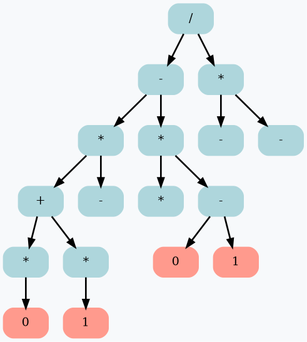
Above: Expression.png in RTCupid/Differentiator (Graphviz), before the change. Its source is kept beside it as Expression.dot.
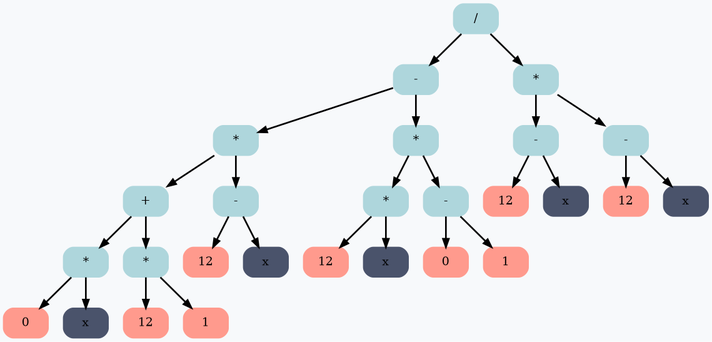
After the commit.

The edit, as a diff of the source:
```diff
@@ -1,37 +1,57 @@
 digraph G {
 	rankdir = HR;
 	bgcolor="#F7F9FB"
-	 node0x5030000004c0 [shape=Mrecord; style=filled; color="#aed6dc"; label =  "/ " ];
+	 node0x5030000006a0 [shape=Mrecord; style=filled; color="#aed6dc"; label =  "/ " ];
+	 node0x5030000006a0 -> node0x503000000670 [ style=bold; weight=1000; ];
+	 node0x5030000006a0 -> node0x5030000002e0 [ style=bold; weight=1000; ];
+	 node0x503000000670 [shape=Mrecord; style=filled; color="#aed6dc"; label =  "- " ];
+	 node0x503000000670 -> node0x503000000640 [ style=bold; weight=1000; ];
+	 node0x503000000670 -> node0x503000000430 [ style=bold; weight=1000; ];
+	 node0x503000000640 [shape=Mrecord; style=filled; color="#aed6dc"; label =  "* " ];
+	 node0x503000000640 -> node0x503000000610 [ style=bold; weight=1000; ];
+	 node0x503000000640 -> node0x5030000004c0 [ style=bold; weight=1000; ];
+	 node0x503000000610 [shape=Mrecord; style=filled; color="#aed6dc"; label =  "+ " ];
+	 node0x503000000610 -> node0x5030000005e0 [ style=bold; weight=1000; ];
+	 node0x503000000610 -> node0x503000000550 [ style=bold; weight=1000; ];
+	 node0x5030000005e0 [shape=Mrecord; style=filled; color="#aed6dc"; label =  "* " ];
+	 node0x5030000005e0 -> node0x5030000005b0 [ style=bold; weight=1000; ];
+	 node0x5030000005e0 -> node0x503000000580 [ style=bold; weight=1000; ];
+	 node0x5030000005b0 [shape=Mrecord; style=filled; color="#ff9a8d"; label =  "0 " ];
+	 node0x503000000580 [shape=Mrecord; style=filled; color="#4a536b"; label =  "x " ];
+	 node0x503000000550 [shape=Mrecord; style=filled; color="#aed6dc"; label =  "* " ];
+	 node0x503000000550 -> node0x503000000520 [ style=bold; weight=1000; ];
+	 node0x503000000550 -> node0x5030000004f0 [ style=bold; weight=1000; ];
+	 node0x503000000520 [shape=Mrecord; style=filled; color="#ff9a8d"; label =  "12 " ];
+	 node0x5030000004f0 [shape=Mrecord; style=filled; color="#ff9a8d"; label =  "1 " ];
+	 node0x5030000004c0 [shape=Mrecord; style=filled; color="#aed6dc"; label =  "- " ];
 	 node0x5030000004c0 -> node0x503000000490 [ style=bold; weight=1000; ];
-	 node0x5030000004c0 -> node0x503000000220 [ style=bold; weight=1000; ];
-	 node0x503000000490 [shape=Mrecord; style=filled; color="#aed6dc"; label =  "- " ];
-	 node0x503000000490 -> node0x503000000460 [ style=bold; weight=1000; ];
-	 node0x503000000490 -> node0x503000000310 [ style=bold; weight=1000; ];
-	 node0x503000000460 [shape=Mrecord; style=filled; color="#aed6dc"; label =  "* " ];
-	 node0x503000000460 -> node0x503000000430 [ style=bold; weight=1000; ];
-	 node0x503000000460 -> node0x503000000340 [ style=bold; weight=1000; ];
-	 node0x503000000430 [shape=Mrecord; style=filled; color="#aed6dc"; label =  "+ " ];
+	 node0x5030000004c0 -> node0x503000000460 [ style=bold; weight=1000; ];
+	 node0x503000000490 [shape=Mrecord; style=filled; color="#ff9a8d"; label =  "12 " ];
+	 node0x503000000460 [shape=Mrecord; style=filled; color="#4a536b"; label =  "x " ];
+	 node0x503000000430 [shape=Mrecord; style=filled; color="#aed6dc"; label =  "* " ];
 	 node0x503000000430 -> node0x503000000400 [ style=bold; weight=1000; ];
-	 node0x503000000430 -> node0x5030000003a0 [ style=bold; weight=1000; ];
+	 node0x503000000430 -> node0x503000000370 [ style=bold; weight=1000; ];
 	 node0x503000000400 [shape=Mrecord; style=filled; color="#aed6dc"; label =  "* " ];
 	 node0x503000000400 -> node0x5030000003d0 [ style=bold; weight=1000; ];
-	 node0x5030000003d0 [shape=Mrecord; style=filled; color="#ff9a8d"; label =  "0 " ];
-	 node0x5030000003a0 [shape=Mrecord; style=filled; color="#aed6dc"; label =  "* " ];
-	 node0x5030000003a0 -> node0x503000000370 [ style=bold; weight=1000; ];
-	 node0x503000000370 [shape=Mrecord; style=filled; color="#ff9a8d"; label =  "1 " ];
-	 node0x503000000340 [shape=Mrecord; style=filled; color="#aed6dc"; label =  "- " ];
-	 node0x503000000310 [shape=Mrecord; style=filled; color="#aed6dc"; label =  "* " ];
-	 node0x503000000310 -> node0x5030000002e0 [ style=bold; weight=1000; ];
-	 node0x503000000310 -> node0x5030000002b0 [ style=bold; weight=1000; ];
+	 node0x503000000400 -> node0x5030000003a0 [ style=bold; weight=1000; ];
+	 node0x5030000003d0 [shape=Mrecord; style=filled; color="#ff9a8d"; label =  "12 " ];
+	 node0x5030000003a0 [shape=Mrecord; style=filled; color="#4a536b"; label =  "x " ];
+	 node0x503000000370 [shape=Mrecord; style=filled; color="#aed6dc"; label =  "- " ];
+	 node0x503000000370 -> node0x503000000340 [ style=bold; weight=1000; ];
+	 node0x503000000370 -> node0x503000000310 [ style=bold; weight=1000; ];
+	 node0x503000000340 [shape=Mrecord; style=filled; color="#ff9a8d"; label =  "0 " ];
+	 node0x503000000310 [shape=Mrecord; style=filled; color="#ff9a8d"; label =  "1 " ];
 	 node0x5030000002e0 [shape=Mrecord; style=filled; color="#aed6dc"; label =  "* " ];
+	 node0x5030000002e0 -> node0x5030000002b0 [ style=bold; weight=1000; ];
+	 node0x5030000002e0 -> node0x503000000220 [ style=bold; weight=1000; ];
 	 node0x5030000002b0 [shape=Mrecord; style=filled; color="#aed6dc"; label =  "- " ];
 	 node0x5030000002b0 -> node0x503000000280 [ style=bold; weight=1000; ];
 	 node0x5030000002b0 -> node0x503000000250 [ style=bold; weight=1000; ];
-	 node0x503000000280 [shape=Mrecord; style=filled; color="#ff9a8d"; label =  "0 " ];
-	 node0x503000000250 [shape=Mrecord; style=filled; color="#ff9a8d"; label =  "1 " ];
-	 node0x503000000220 [shape=Mrecord; style=filled; color="#aed6dc"; label =  "* " ];
+	 node0x503000000280 [shape=Mrecord; style=filled; color="#ff9a8d"; label =  "12 " ];
+	 node0x503000000250 [shape=Mrecord; style=filled; color="#4a536b"; label =  "x " ];
+	 node0x503000000220 [shape=Mrecord; style=filled; color="#aed6dc"; label =  "- " ];
 	 node0x503000000220 -> node0x5030000001f0 [ style=bold; weight=1000; ];
 	 node0x503000000220 -> node0x5030000001c0 [ style=bold; weight=1000; ];
-	 node0x5030000001f0 [shape=Mrecord; style=filled; color="#aed6dc"; label =  "- " ];
-	 node0x5030000001c0 [shape=Mrecord; style=filled; color="#aed6dc"; label =  "- " ];
+	 node0x5030000001f0 [shape=Mrecord; style=filled; color="#ff9a8d"; label =  "12 " ];
+	 node0x5030000001c0 [shape=Mrecord; style=filled; color="#4a536b"; label =  "x " ];
 }
```
